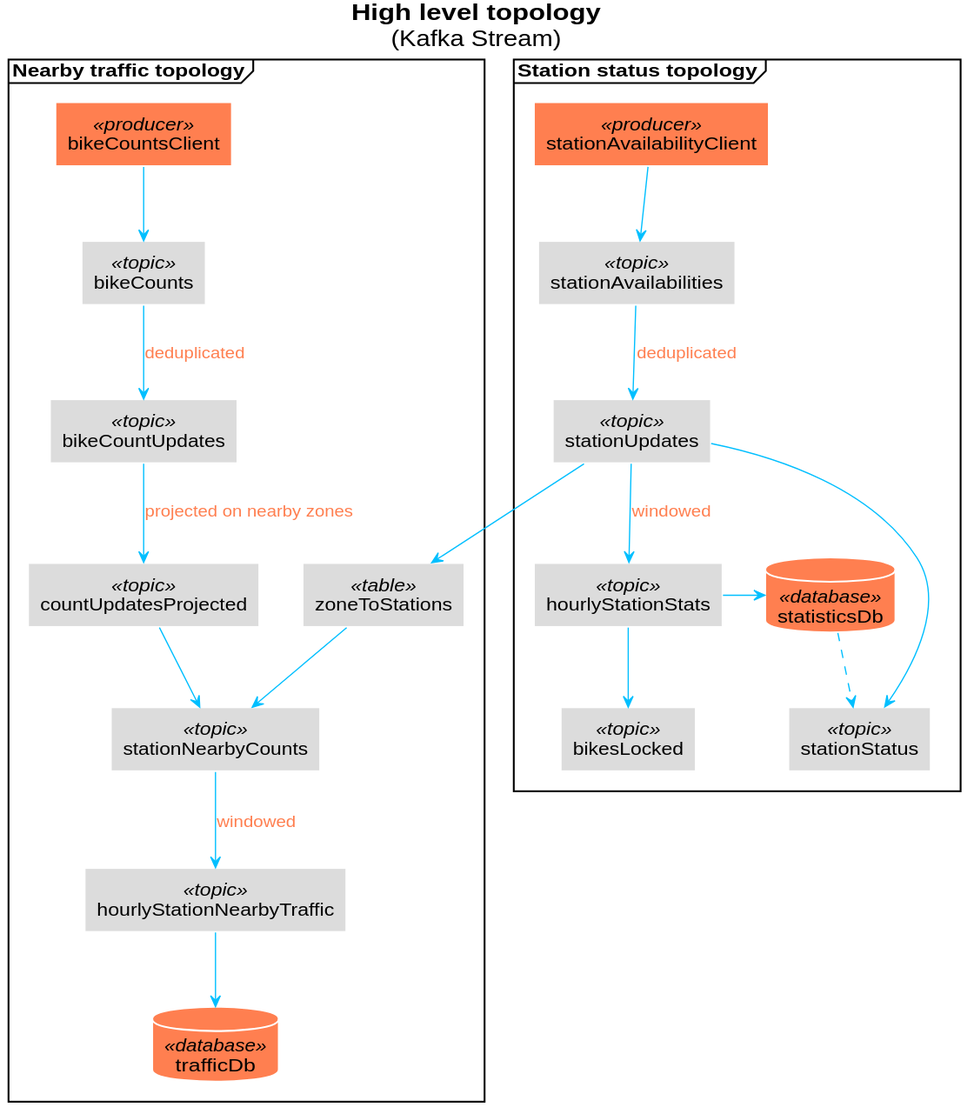
ouvreboite/velinfo_kafka_prototype keeps this PlantUML diagram as docs/plantuml/high_level_topology.svg. Above is the earlier version.
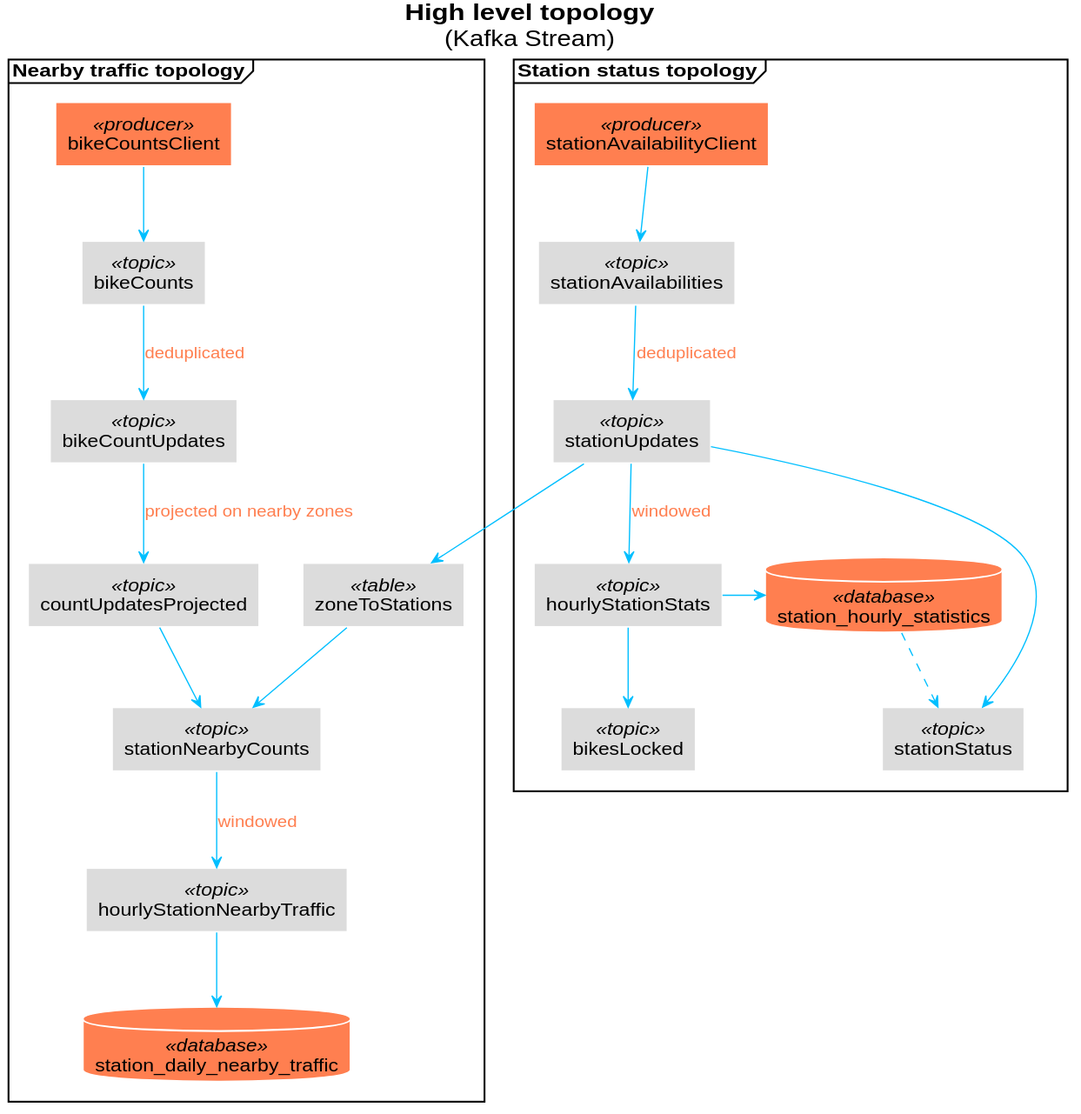
Above is the later version.

Diff of the diagram source:
```diff
@@ -12,16 +12,16 @@
    rectangle hourlyStationStats<<topic>>
    rectangle stationStatus <<topic>>
    rectangle bikesLocked <<topic>>
-   database statisticsDb <<database>>
+   database station_hourly_statistics <<database>>
 }
 
 stationAvailabilityClient --> stationAvailabilities
 stationAvailabilities --> stationUpdates : deduplicated
 stationUpdates --> hourlyStationStats : windowed
 hourlyStationStats --> bikesLocked
-hourlyStationStats -> statisticsDb
+hourlyStationStats -> station_hourly_statistics
 stationUpdates --> stationStatus
-statisticsDb ..> stationStatus
+station_hourly_statistics ..> stationStatus
 
 frame "Nearby traffic topology"{
    rectangle bikeCountsClient <<producer>>
@@ -31,7 +31,7 @@
    rectangle zoneToStations<<table>>
    rectangle stationNearbyCounts <<topic>>
    rectangle hourlyStationNearbyTraffic <<topic>>
-   database trafficDb <<database>>
+   database station_daily_nearby_traffic <<database>>
 }
 
 
@@ -42,7 +42,7 @@
 zoneToStations--> stationNearbyCounts
 countUpdatesProjected --> stationNearbyCounts
 stationNearbyCounts --> hourlyStationNearbyTraffic : windowed
-hourlyStationNearbyTraffic --> trafficDb
+hourlyStationNearbyTraffic --> station_daily_nearby_traffic
 
 skinparam rectangle{
     backgroundColor<<topic>> Gainsboro
```
